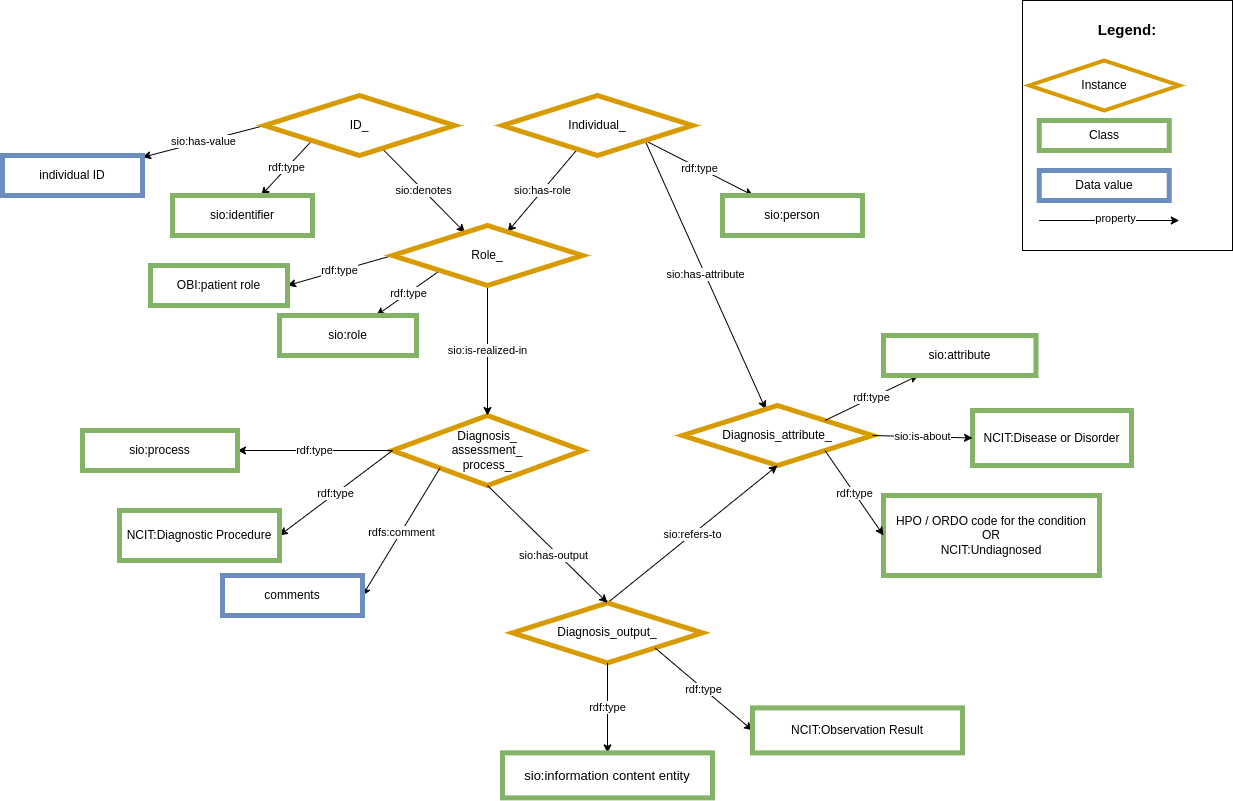
Before: images/CARE-SM-Diagnosis.png, a diagram exported from draw.io (CARE-SM/CARE-Semantic-Model). Source tidied: cells renumbered, new cells last; positions are measured from the earlier drawing's top-left corner, leaving out a move shared by most shapes.
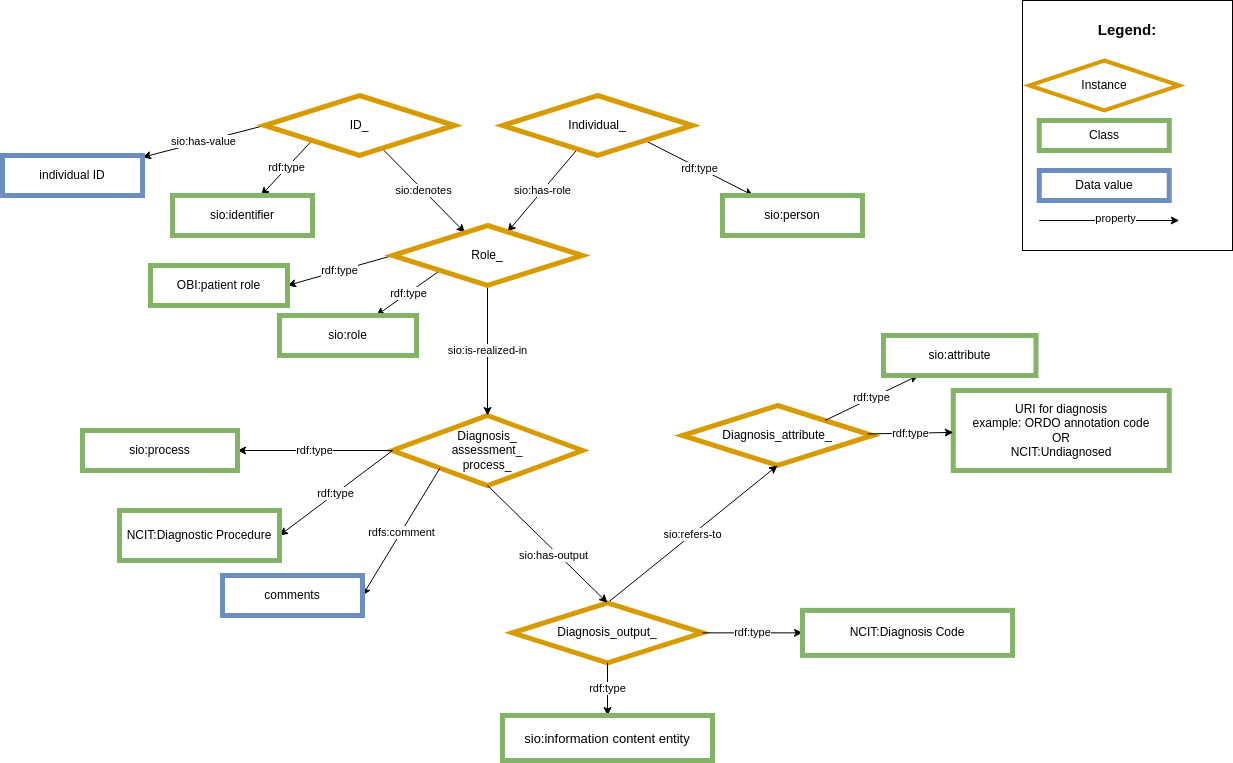
After the commit.

The edit, as a diff of the source:
```diff
@@ -8,9 +8,6 @@
     <mxCell id="3" value="&lt;span style=&quot;color: rgb(0, 0, 0); font-family: Helvetica; font-size: 11px; font-style: normal; font-variant-ligatures: normal; font-variant-caps: normal; font-weight: 400; letter-spacing: normal; orphans: 2; text-align: center; text-indent: 0px; text-transform: none; widows: 2; word-spacing: 0px; -webkit-text-stroke-width: 0px; background-color: rgb(255, 255, 255); text-decoration-thickness: initial; text-decoration-style: initial; text-decoration-color: initial; float: none; display: inline !important;&quot;&gt;sio:is-realized-in&lt;/span&gt;" style="rounded=0;jettySize=auto;html=1;exitX=0.5;exitY=1;exitDx=0;exitDy=0;entryX=0.5;entryY=0;entryDx=0;entryDy=0;" parent="1" edge="1" source="5" target="2">
       <mxGeometry relative="1" as="geometry" />
     </mxCell>
-    <mxCell id="4" value="sio:has-attribute" style="rounded=0;jettySize=auto;html=1;exitX=1;exitY=1;exitDx=0;exitDy=0;" parent="1" edge="1" source="9" target="10">
-      <mxGeometry relative="1" as="geometry" />
-    </mxCell>
     <mxCell id="5" value="Role" style="rhombus;whiteSpace=wrap;html=1;fillColor=#ffe6cc;strokeColor=#d79b00;" parent="1" vertex="1">
       <mxGeometry x="390" y="225" width="190" height="60" as="geometry" />
     </mxCell>
@@ -65,12 +62,6 @@
     <mxCell id="22" value="obo:patient role" style="whiteSpace=wrap;html=1;fillColor=#d5e8d4;strokeColor=#82b366;" parent="1" vertex="1">
       <mxGeometry x="148" y="265" width="137" height="40" as="geometry" />
     </mxCell>
-    <mxCell id="23" value="NCIT:Disease or Disorder&lt;span style=&quot;background-color: initial;&quot;&gt;&lt;br&gt;&lt;/span&gt;" style="whiteSpace=wrap;html=1;fillColor=#FFFFFF;strokeColor=#82b366;strokeWidth=5;" parent="1" vertex="1">
-      <mxGeometry x="970" y="410" width="159" height="55" as="geometry" />
-    </mxCell>
-    <mxCell id="24" value="sio:is-about" style="edgeStyle=none;rounded=0;jettySize=auto;html=1;exitX=1;exitY=0.5;exitDx=0;exitDy=0;entryX=0;entryY=0.5;entryDx=0;entryDy=0;" parent="1" edge="1" source="10" target="23">
-      <mxGeometry relative="1" as="geometry" />
-    </mxCell>
     <mxCell id="25" value="rdf:type" style="edgeStyle=none;rounded=0;jettySize=auto;html=1;exitX=0;exitY=0.5;exitDx=0;exitDy=0;" parent="1" edge="1" source="2" target="26">
       <mxGeometry relative="1" as="geometry" />
     </mxCell>
@@ -109,18 +100,18 @@
       <mxGeometry relative="1" as="geometry" />
     </mxCell>
     <mxCell id="36" value="&lt;font size=&quot;2&quot;&gt;sio:information content entity&lt;/font&gt;" style="whiteSpace=wrap;html=1;fillColor=#FFFFFF;strokeColor=#82b366;strokeWidth=5;" parent="1" vertex="1">
-      <mxGeometry x="500" y="752.4" width="210" height="45" as="geometry" />
+      <mxGeometry x="500" y="715" width="210" height="45" as="geometry" />
     </mxCell>
-    <mxCell id="37" value="rdf:type" style="edgeStyle=none;rounded=0;jettySize=auto;html=1;exitX=1;exitY=1;exitDx=0;exitDy=0;entryX=0;entryY=0.5;entryDx=0;entryDy=0;" parent="1" edge="1" source="32" target="38">
+    <mxCell id="37" value="rdf:type" style="edgeStyle=none;rounded=0;jettySize=auto;html=1;entryX=0;entryY=0.5;entryDx=0;entryDy=0;" parent="1" edge="1" source="32" target="38">
       <mxGeometry relative="1" as="geometry" />
     </mxCell>
-    <mxCell id="38" value="NCIT:Observation Result" style="whiteSpace=wrap;html=1;fillColor=#FFFFFF;strokeColor=#82b366;strokeWidth=5;" parent="1" vertex="1">
-      <mxGeometry x="750" y="707.4" width="210" height="45" as="geometry" />
+    <mxCell id="38" value="NCIT:&lt;span style=&quot;background-color: initial;&quot;&gt;Diagnosis Code&lt;/span&gt;" style="whiteSpace=wrap;html=1;fillColor=#FFFFFF;strokeColor=#82b366;strokeWidth=5;" parent="1" vertex="1">
+      <mxGeometry x="800" y="609.9" width="210" height="45" as="geometry" />
     </mxCell>
-    <mxCell id="39" value="HPO / ORDO code for the condition&lt;span style=&quot;background-color: initial;&quot;&gt;&lt;br&gt;OR&lt;br&gt;NCIT:Undiagnosed&lt;br&gt;&lt;/span&gt;" style="whiteSpace=wrap;html=1;fillColor=#FFFFFF;strokeColor=#82b366;strokeWidth=5;" parent="1" vertex="1">
-      <mxGeometry x="881" y="495" width="216" height="80" as="geometry" />
+    <mxCell id="39" value="&lt;div style=&quot;border-color: var(--border-color);&quot;&gt;URI for diagnosis&lt;/div&gt;&lt;div style=&quot;border-color: var(--border-color);&quot;&gt;example: ORDO annotation code&lt;/div&gt;&lt;div style=&quot;border-color: var(--border-color);&quot;&gt;OR&lt;/div&gt;&lt;span style=&quot;background-color: initial;&quot;&gt;NCIT:Undiagnosed&lt;br&gt;&lt;/span&gt;" style="whiteSpace=wrap;html=1;fillColor=#FFFFFF;strokeColor=#82b366;strokeWidth=5;" parent="1" vertex="1">
+      <mxGeometry x="950.8" y="390" width="216" height="80" as="geometry" />
     </mxCell>
-    <mxCell id="40" value="rdf:type" style="edgeStyle=none;rounded=0;jettySize=auto;html=1;exitX=1;exitY=1;exitDx=0;exitDy=0;entryX=0;entryY=0.5;entryDx=0;entryDy=0;" parent="1" edge="1" source="10" target="39">
+    <mxCell id="40" value="rdf:type" style="edgeStyle=none;rounded=0;jettySize=auto;html=1;" parent="1" edge="1" source="10" target="39">
       <mxGeometry relative="1" as="geometry" />
     </mxCell>
     <mxCell id="41" value="&lt;div style=&quot;text-align: left; font-size: 15px;&quot;&gt;&lt;span style=&quot;background-color: initial;&quot;&gt;&lt;b style=&quot;&quot;&gt;&lt;font style=&quot;font-size: 15px;&quot;&gt;Legend:&lt;/font&gt;&lt;/b&gt;&lt;/span&gt;&lt;/div&gt;&lt;div style=&quot;text-align: left; font-size: 15px;&quot;&gt;&lt;span style=&quot;background-color: initial;&quot;&gt;&lt;br&gt;&lt;/span&gt;&lt;/div&gt;&lt;div style=&quot;text-align: left;&quot;&gt;&lt;span style=&quot;background-color: initial;&quot;&gt;&lt;br&gt;&lt;/span&gt;&lt;/div&gt;&lt;div style=&quot;text-align: left;&quot;&gt;&lt;span style=&quot;background-color: initial;&quot;&gt;&lt;br&gt;&lt;/span&gt;&lt;/div&gt;&lt;div style=&quot;text-align: left;&quot;&gt;&lt;br&gt;&lt;/div&gt;&lt;div style=&quot;text-align: left;&quot;&gt;&lt;br&gt;&lt;/div&gt;&lt;div style=&quot;text-align: left;&quot;&gt;&lt;br&gt;&lt;/div&gt;&lt;div style=&quot;text-align: left;&quot;&gt;&lt;br&gt;&lt;/div&gt;&lt;div style=&quot;text-align: left;&quot;&gt;&lt;br&gt;&lt;/div&gt;&lt;div style=&quot;text-align: left;&quot;&gt;&lt;span style=&quot;background-color: initial;&quot;&gt;&lt;br&gt;&lt;/span&gt;&lt;/div&gt;&lt;div style=&quot;text-align: left;&quot;&gt;&lt;span style=&quot;background-color: initial;&quot;&gt;&lt;br&gt;&lt;/span&gt;&lt;/div&gt;&lt;div style=&quot;text-align: left;&quot;&gt;&lt;span style=&quot;background-color: initial;&quot;&gt;&lt;br&gt;&lt;/span&gt;&lt;/div&gt;&lt;div style=&quot;text-align: left;&quot;&gt;&lt;span style=&quot;background-color: initial;&quot;&gt;&lt;br&gt;&lt;/span&gt;&lt;/div&gt;&lt;div style=&quot;text-align: left;&quot;&gt;&lt;span style=&quot;background-color: initial;&quot;&gt;&lt;br&gt;&lt;/span&gt;&lt;/div&gt;" style="rounded=0;whiteSpace=wrap;html=1;" parent="1" vertex="1">
```
